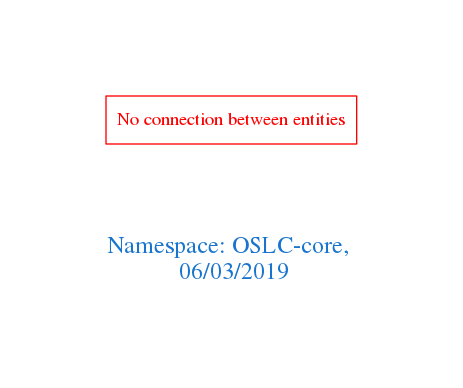
This is downloads/OSLC-core.png from arago/OGIT, a Graphviz export, as it was before one commit. Its source is kept beside it as downloads/OSLC-core.dot.
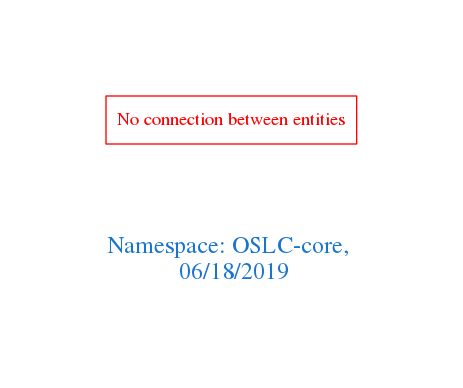
The same file after the commit.

The edit, as a diff of the source:
```diff
@@ -1,7 +1,7 @@
 digraph OGIT_ontology {
  graph [ rankdir= LR,pad=1
 fontsize = 18,
-fontcolor= dodgerblue3,label = "\n\n\nNamespace: OSLC-core, \n 06/03/2019"];
+fontcolor= dodgerblue3,label = "\n\n\nNamespace: OSLC-core, \n 06/18/2019"];
 node[shape=polygon];
 edge [  color="gray81"];
 
```
